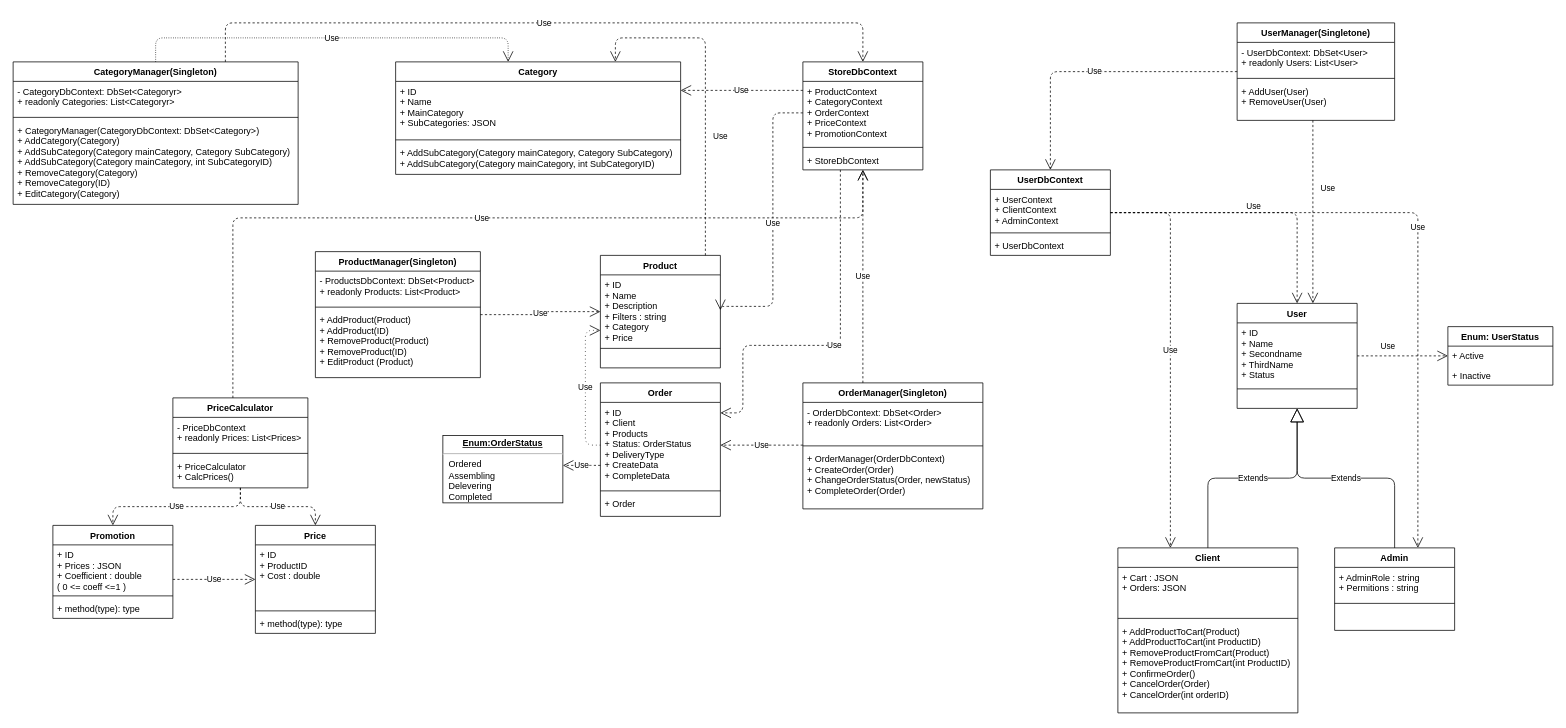
Earlier version of the draw.io diagram UML Diagram.drawio (ArtemGB/AlpakaStore). Source tidied: cells renumbered, new cells numbered last; positions are measured from the earlier drawing's top-left corner, leaving out a move shared by most shapes. Both pictures are drawn from the tidied source at 75%, with x=0, y=0 at pixel (13, 22).
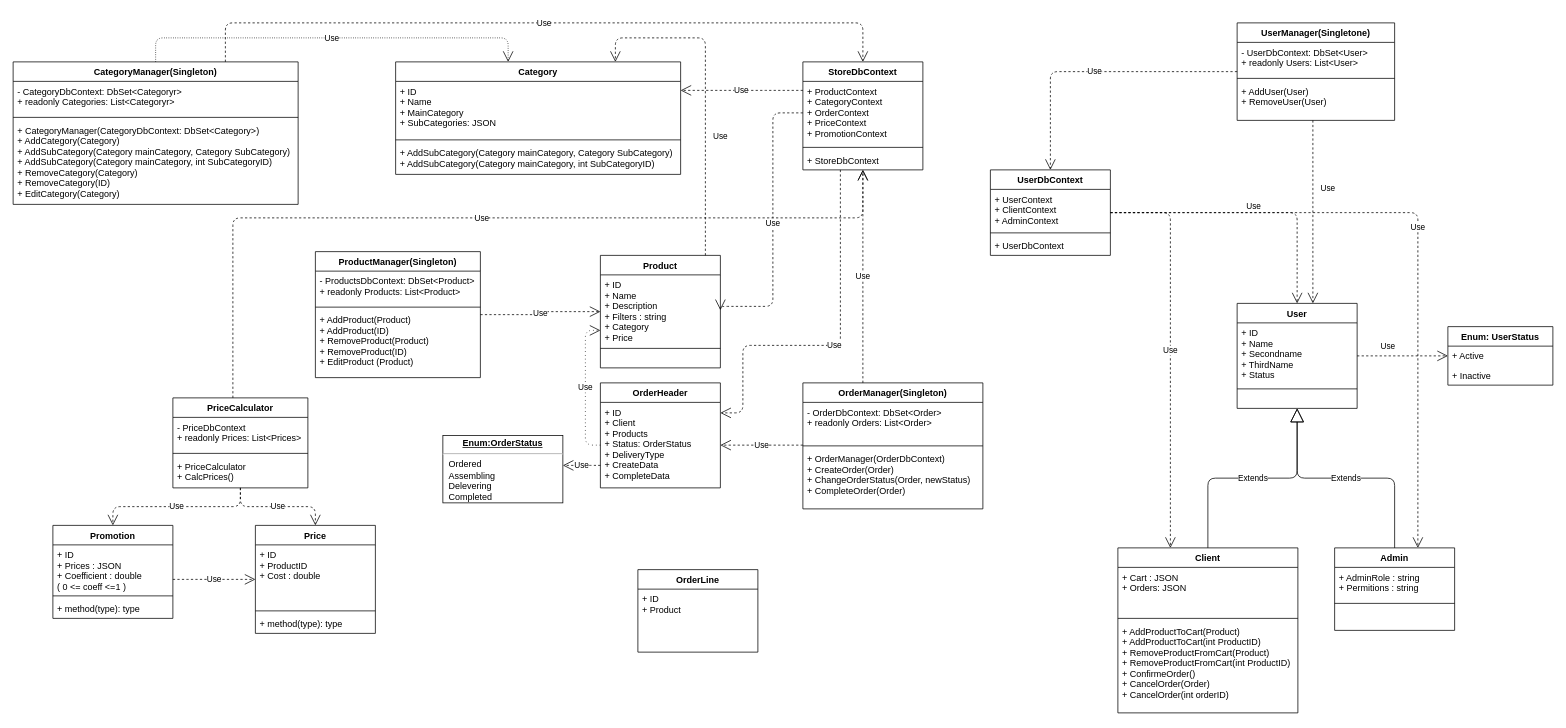
Above is the later version.

Change to the diagram source:
```diff
@@
-    <mxCell id="31" value="Order" style="swimlane;fontStyle=1;align=center;verticalAlign=top;horizontal=1;startSize=26;" parent="1" vertex="1">
-      <mxGeometry x="783" y="480" width="160" height="178" as="geometry" />
+    <mxCell id="31" value="OrderHeader" style="swimlane;fontStyle=1;align=center;verticalAlign=top;horizontal=1;startSize=26;" parent="1" vertex="1">
+      <mxGeometry x="783" y="480" width="160" height="140" as="geometry" />
     </mxCell>
@@
-    <mxCell id="33" style="line;strokeWidth=1;fillColor=none;align=left;verticalAlign=middle;spacingTop=-1;spacingLeft=3;spacingRight=3;labelPosition=right;" parent="31" vertex="1">
-      <mxGeometry y="140" width="160" height="8" as="geometry" />
-    </mxCell>
-    <mxCell id="34" value="+ Order" style="text;strokeColor=none;fillColor=none;align=left;verticalAlign=top;spacingLeft=4;spacingRight=4;overflow=hidden;" parent="31" vertex="1">
-      <mxGeometry y="148" width="160" height="30" as="geometry" />
-    </mxCell>
@@
+    <mxCell id="89" value="OrderLine" style="swimlane;fontStyle=1;align=center;verticalAlign=top;horizontal=1;startSize=26;" parent="1" vertex="1">
+      <mxGeometry x="833" y="729" width="160" height="110" as="geometry" />
+    </mxCell>
+    <mxCell id="90" value="+ ID&#10;+ Product" style="text;strokeColor=none;fillColor=none;align=left;verticalAlign=top;spacingLeft=4;spacingRight=4;overflow=hidden;" parent="89" vertex="1">
+      <mxGeometry y="26" width="160" height="84" as="geometry" />
+    </mxCell>
```
